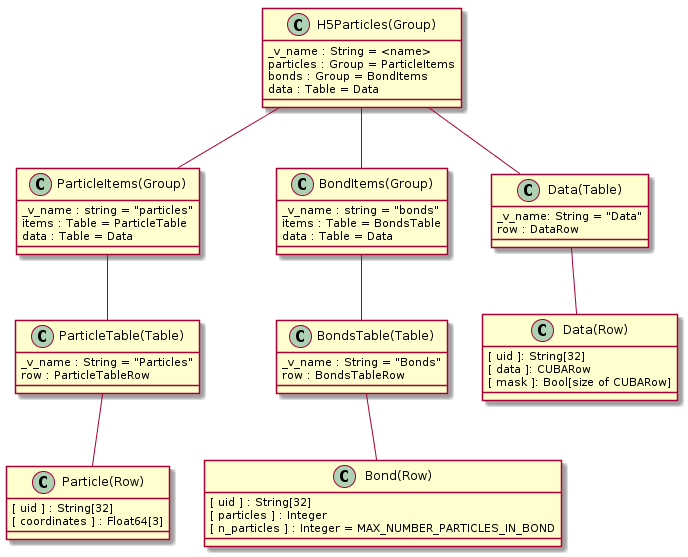
Before: doc/source/images/h5particles.png, a diagram exported from PlantUML (simphony/simphony-common).
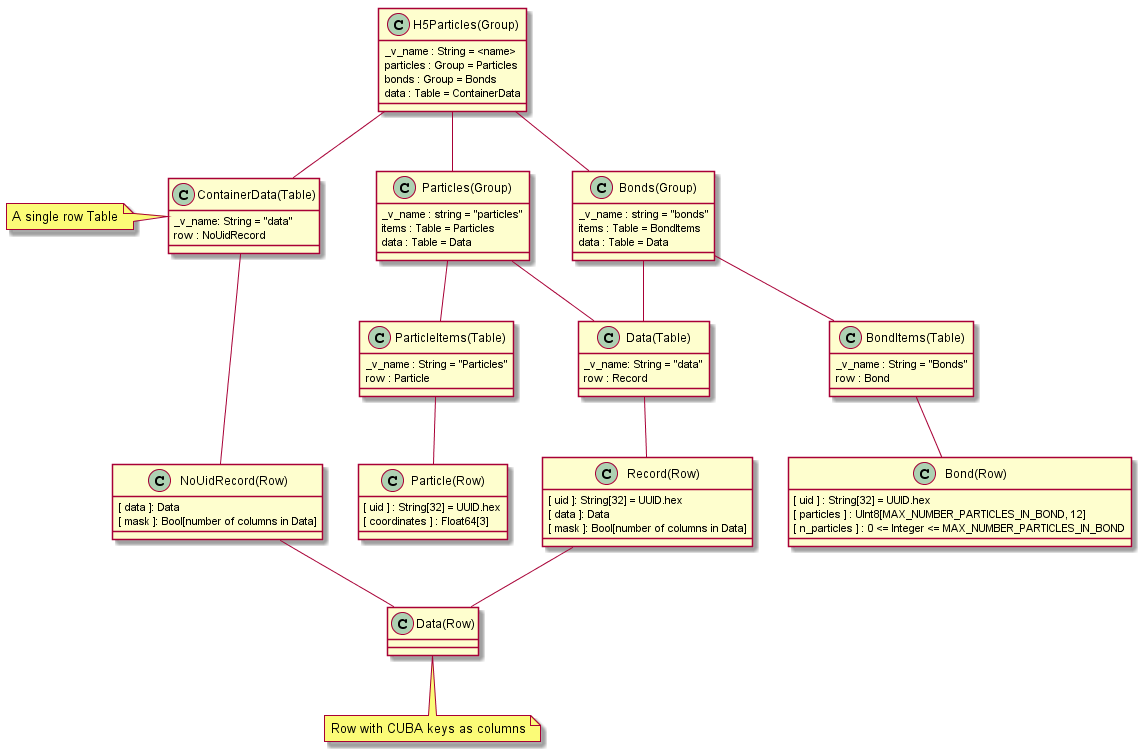
Later version of the same file.

What changed in the source:
```diff
@@ -1,64 +1,84 @@
 @startuml
+class CUBAData as "Data(Row)"
+note bottom: Row with CUBA keys as columns
+class Record as "Record(Row)" {
+  [ uid ]: String[32] = UUID.hex
+  [ data ]: Data
+  [ mask ]: Bool[number of columns in Data]
+}
+class NoUidRecord as "NoUidRecord(Row)" {
+  [ data ]: Data
+  [ mask ]: Bool[number of columns in Data]
+}
+class ContainerData as "ContainerData(Table)" {
+  _v_name: String = "data"
+  row : NoUidRecord
+}
+note left : A single row Table
+
 class H5Particles as "H5Particles(Group)" {
    _v_name : String = <name>
-   particles : Group = ParticleItems
-   bonds : Group = BondItems
+   particles : Group = Particles
+   bonds : Group = Bonds
+   data : Table = ContainerData
+}
+
+class Particles as "Particles(Group)" {
+   _v_name : string = "particles"
+   items : Table = Particles
    data : Table = Data
 }
 
-class ParticleItems as "ParticleItems(Group)" {
-   _v_name : string = "particles"
-   items : Table = ParticleTable
+class Bonds as "Bonds(Group)" {
+   _v_name : string = "bonds"
+   items : Table = BondItems
    data : Table = Data
 }
 
-class BondItems as "BondItems(Group)" {
-   _v_name : string = "bonds"
-   items : Table = BondsTable
-   data : Table = Data
+class ParticleItems as "ParticleItems(Table)" {
+   _v_name : String = "Particles"
+   row : Particle
 }
 
-class ParticleTable as "ParticleTable(Table)" {
-   _v_name : String = "Particles"
-   row : ParticleTableRow
-}
-
-class BondsTable as "BondsTable(Table)" {
+class BondItems as "BondItems(Table)" {
    _v_name : String = "Bonds"
-   row : BondsTableRow
+   row : Bond
 }
 
 class Data as "Data(Table)" {
-   _v_name: String = "Data"
-   row : DataRow
+  _v_name: String = "data"
+  row : Record
 }
 
-class ParticleTableRow as "Particle(Row)" {
-   [ uid ] : String[32]
+class Particle as "Particle(Row)" {
+   [ uid ] : String[32] = UUID.hex
    [ coordinates ] : Float64[3]
 }
 
-class BondTableRow as "Bond(Row)" {
-   [ uid ] : String[32]
-   [ particles ] : Integer
-   [ n_particles ] : Integer = MAX_NUMBER_PARTICLES_IN_BOND
+class Bond as "Bond(Row)" {
+   [ uid ] : String[32] = UUID.hex
+   [ particles ] : UInt8[MAX_NUMBER_PARTICLES_IN_BOND, 12]
+   [ n_particles ] : 0 <= Integer <= MAX_NUMBER_PARTICLES_IN_BOND
 }
 
-class DataRow as "Data(Row)" {
-  [ uid ]: String[32]
-  [ data ]: CUBARow
-  [ mask ]: Bool[size of CUBARow]
-}
 
-H5Particles -- ParticleItems
-H5Particles -- BondItems
-H5Particles -- Data
+H5Particles -- Particles
+H5Particles -- Bonds
+H5Particles -- ContainerData
 
-ParticleItems -- ParticleTable
-BondItems -- BondsTable
+Particles -- ParticleItems
+Bonds -- BondItems
 
-ParticleTable -- ParticleTableRow
-BondsTable -- BondTableRow
-Data -- DataRow
+Particles -- Data
+Bonds -- Data
+
+ParticleItems -- Particle
+BondItems -- Bond
+
+Data -- Record
+ContainerData -- NoUidRecord
+
+Record -- CUBAData
+NoUidRecord -- CUBAData
 
 @enduml
```
